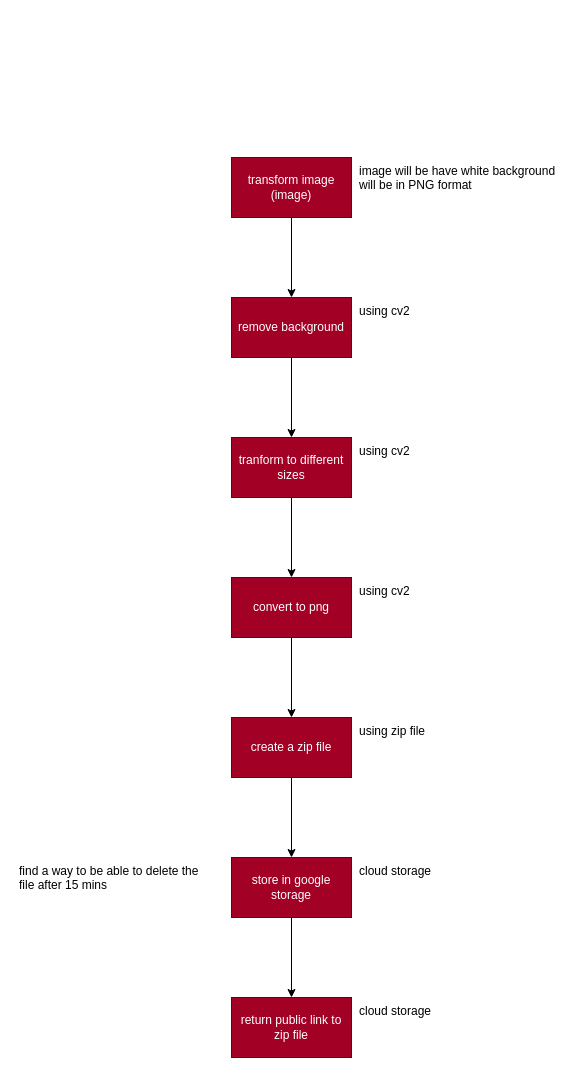
This is design.drawio from hamzaafridi/icon-generator, a draw.io file, before an edit. Source tidied: cells renumbered, new cells numbered last; positions are measured from the earlier drawing's top-left corner, leaving out a move shared by most shapes. Both pictures are drawn from the tidied source at 100%, with x=0, y=0 at pixel (17, 157).
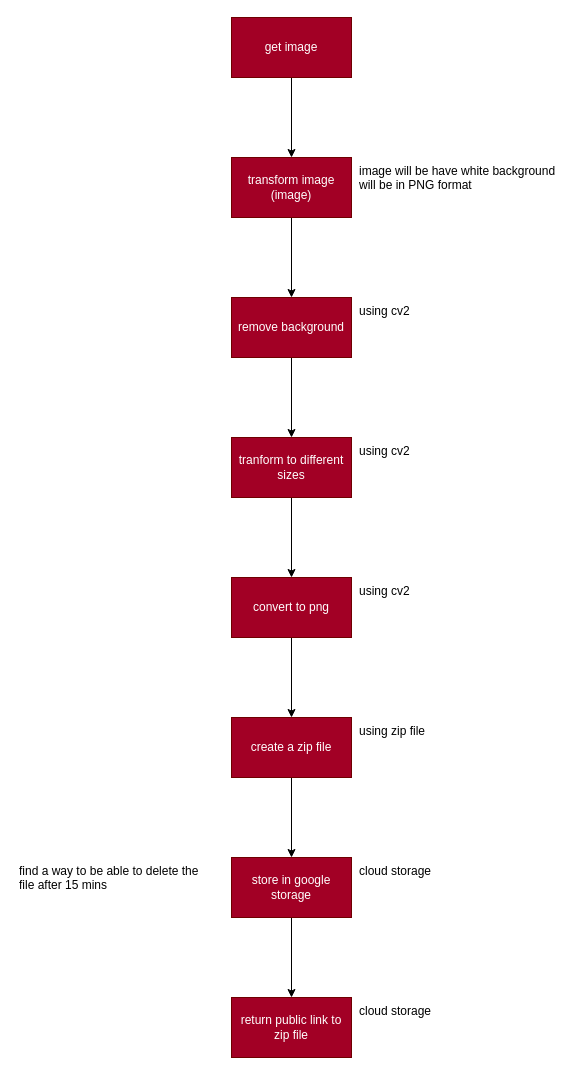
The same diagram, later.

The change refers to these unchanged cells:
```xml
<mxCell id="3" value="transform image (image)" style="rounded=0;whiteSpace=wrap;html=1;fillColor=#a20025;strokeColor=#6F0000;fontColor=#ffffff;" parent="1" vertex="1">
  <mxGeometry x="214" width="120" height="60" as="geometry" />
</mxCell>
```

The edit, as a diff of the source:
```diff
@@
+    <mxCell id="23" style="edgeStyle=orthogonalEdgeStyle;rounded=0;jettySize=auto;html=1;startArrow=classic;startFill=1;endArrow=none;endFill=0;" parent="1" edge="1" source="3" target="24">
+      <mxGeometry relative="1" as="geometry" />
+    </mxCell>
@@
+    <mxCell id="24" value="get image" style="rounded=0;whiteSpace=wrap;html=1;fillColor=#a20025;strokeColor=#6F0000;fontColor=#ffffff;" parent="1" vertex="1">
+      <mxGeometry x="214" y="-140" width="120" height="60" as="geometry" />
+    </mxCell>
```
